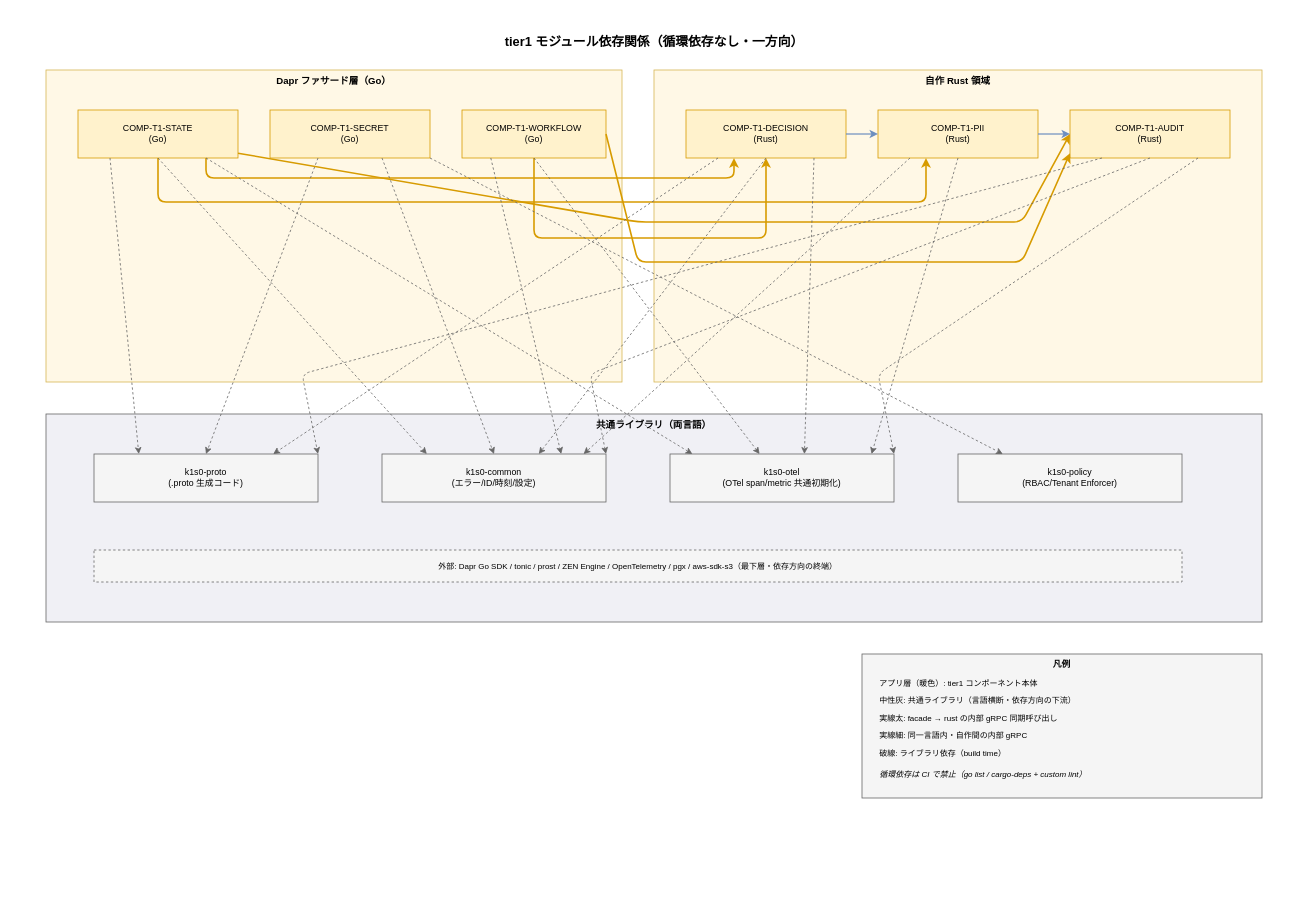
Above: docs/04_概要設計/20_ソフトウェア方式設計/img/モジュール依存関係.drawio in RyuheiKiso/k1s0 (draw.io), before the change. Source tidied: cells renumbered, new cells numbered last; positions are measured from the earlier drawing's top-left corner, leaving out a move shared by most shapes. Both pictures are drawn from the tidied source at 80%, with x=0, y=0 at pixel (14, 14).
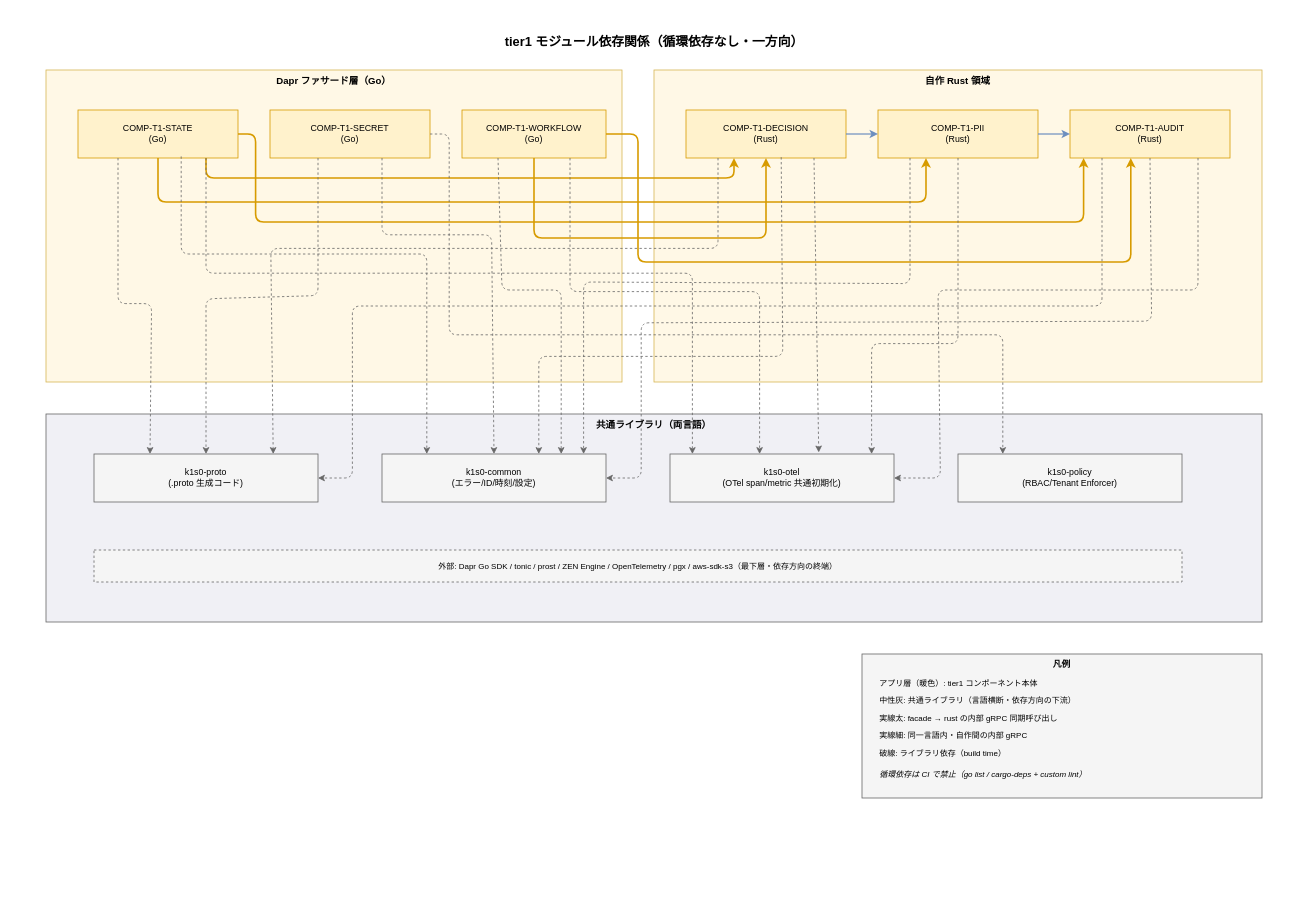
The same page after the edit.

Unchanged cells that the change refers to:
```xml
<mxCell id="5" value="COMP-T1-STATE&#10;(Go)" style="rounded=0;whiteSpace=wrap;html=1;fillColor=#fff2cc;strokeColor=#d79b00;fontSize=11;" parent="1" vertex="1">
  <mxGeometry x="80" y="120" width="200" height="60" as="geometry" />
</mxCell>
<mxCell id="6" value="COMP-T1-SECRET&#10;(Go)" style="rounded=0;whiteSpace=wrap;html=1;fillColor=#fff2cc;strokeColor=#d79b00;fontSize=11;" parent="1" vertex="1">
  <mxGeometry x="320" y="120" width="200" height="60" as="geometry" />
</mxCell>
<mxCell id="7" value="COMP-T1-WORKFLOW&#10;(Go)" style="rounded=0;whiteSpace=wrap;html=1;fillColor=#fff2cc;strokeColor=#d79b00;fontSize=11;" parent="1" vertex="1">
  <mxGeometry x="560" y="120" width="180" height="60" as="geometry" />
</mxCell>
<mxCell id="9" value="COMP-T1-DECISION&#10;(Rust)" style="rounded=0;whiteSpace=wrap;html=1;fillColor=#fff2cc;strokeColor=#d79b00;fontSize=11;" parent="1" vertex="1">
  <mxGeometry x="840" y="120" width="200" height="60" as="geometry" />
</mxCell>
<mxCell id="10" value="COMP-T1-PII&#10;(Rust)" style="rounded=0;whiteSpace=wrap;html=1;fillColor=#fff2cc;strokeColor=#d79b00;fontSize=11;" parent="1" vertex="1">
  <mxGeometry x="1080" y="120" width="200" height="60" as="geometry" />
</mxCell>
<mxCell id="11" value="COMP-T1-AUDIT&#10;(Rust)" style="rounded=0;whiteSpace=wrap;html=1;fillColor=#fff2cc;strokeColor=#d79b00;fontSize=11;" parent="1" vertex="1">
  <mxGeometry x="1320" y="120" width="200" height="60" as="geometry" />
</mxCell>
<mxCell id="13" value="k1s0-proto&#10;(.proto 生成コード)" style="rounded=0;whiteSpace=wrap;html=1;fillColor=#f5f5f5;strokeColor=#666666;fontSize=11;" parent="1" vertex="1">
  <mxGeometry x="100" y="550" width="280" height="60" as="geometry" />
</mxCell>
<mxCell id="14" value="k1s0-common&#10;(エラー/ID/時刻/設定)" style="rounded=0;whiteSpace=wrap;html=1;fillColor=#f5f5f5;strokeColor=#666666;fontSize=11;" parent="1" vertex="1">
  <mxGeometry x="460" y="550" width="280" height="60" as="geometry" />
</mxCell>
<mxCell id="15" value="k1s0-otel&#10;(OTel span/metric 共通初期化)" style="rounded=0;whiteSpace=wrap;html=1;fillColor=#f5f5f5;strokeColor=#666666;fontSize=11;" parent="1" vertex="1">
  <mxGeometry x="820" y="550" width="280" height="60" as="geometry" />
</mxCell>
<mxCell id="16" value="k1s0-policy&#10;(RBAC/Tenant Enforcer)" style="rounded=0;whiteSpace=wrap;html=1;fillColor=#f5f5f5;strokeColor=#666666;fontSize=11;" parent="1" vertex="1">
  <mxGeometry x="1180" y="550" width="280" height="60" as="geometry" />
</mxCell>
```

Change to the diagram source:
```diff
@@
-    <mxCell id="27" style="endArrow=classic;html=1;strokeWidth=2;strokeColor=#d79b00;exitX=1;exitY=0.9;entryX=0;entryY=0.5;" parent="1" edge="1" source="5" target="11">
+    <mxCell id="27" style="endArrow=classic;html=1;strokeWidth=2;strokeColor=#d79b00;exitX=1;exitY=0.5;entryX=0.085;entryY=1;entryDx=0;entryDy=0;entryPerimeter=0;exitDx=0;exitDy=0;" parent="1" edge="1" source="5" target="11">
       <mxGeometry relative="1" as="geometry">
         <Array as="points">
+          <mxPoint x="302" y="150" />
+          <mxPoint x="302" y="260" />
           <mxPoint x="780" y="260" />
-          <mxPoint x="1260" y="260" />
+          <mxPoint x="1337" y="260" />
         </Array>
       </mxGeometry>
     </mxCell>
@@
-    <mxCell id="29" style="endArrow=classic;html=1;strokeWidth=2;strokeColor=#d79b00;exitX=1;exitY=0.5;entryX=0;entryY=0.9;" parent="1" edge="1" source="7" target="11">
+    <mxCell id="29" style="endArrow=classic;html=1;strokeWidth=2;strokeColor=#d79b00;exitX=1;exitY=0.5;entryX=0.38;entryY=1;entryDx=0;entryDy=0;entryPerimeter=0;" parent="1" edge="1" source="7" target="11">
       <mxGeometry relative="1" as="geometry">
         <Array as="points">
+          <mxPoint x="780" y="150" />
           <mxPoint x="780" y="310" />
-          <mxPoint x="1260" y="310" />
+          <mxPoint x="1396" y="310" />
         </Array>
       </mxGeometry>
     </mxCell>
@@
-    <mxCell id="32" style="endArrow=classic;html=1;strokeWidth=1;strokeColor=#666666;dashed=1;exitX=0.2;exitY=1;entryX=0.2;entryY=0;" parent="1" edge="1" source="5" target="13">
-      <mxGeometry relative="1" as="geometry" />
+    <mxCell id="32" style="endArrow=classic;html=1;strokeWidth=1;strokeColor=#666666;dashed=1;exitX=0.25;exitY=1;entryX=0.25;entryY=0;entryDx=0;entryDy=0;exitDx=0;exitDy=0;" parent="1" edge="1" source="5" target="13">
+      <mxGeometry relative="1" as="geometry">
+        <Array as="points">
+          <mxPoint x="130" y="362" />
+          <mxPoint x="172" y="362" />
+        </Array>
+      </mxGeometry>
     </mxCell>
-    <mxCell id="33" style="endArrow=classic;html=1;strokeWidth=1;strokeColor=#666666;dashed=1;exitX=0.5;exitY=1;entryX=0.2;entryY=0;" parent="1" edge="1" source="5" target="14">
-      <mxGeometry relative="1" as="geometry" />
+    <mxCell id="33" style="endArrow=classic;html=1;strokeWidth=1;strokeColor=#666666;dashed=1;exitX=0.645;exitY=0.967;entryX=0.2;entryY=0;exitDx=0;exitDy=0;exitPerimeter=0;" parent="1" edge="1" source="5" target="14">
+      <mxGeometry relative="1" as="geometry">
+        <Array as="points">
+          <mxPoint x="209" y="300" />
+          <mxPoint x="516" y="300" />
+        </Array>
+      </mxGeometry>
     </mxCell>
     <mxCell id="34" style="endArrow=classic;html=1;strokeWidth=1;strokeColor=#666666;dashed=1;exitX=0.8;exitY=1;entryX=0.1;entryY=0;" parent="1" edge="1" source="5" target="15">
-      <mxGeometry relative="1" as="geometry" />
+      <mxGeometry relative="1" as="geometry">
+        <Array as="points">
+          <mxPoint x="240" y="324" />
+          <mxPoint x="848" y="324" />
+        </Array>
+      </mxGeometry>
     </mxCell>
     <mxCell id="35" style="endArrow=classic;html=1;strokeWidth=1;strokeColor=#666666;dashed=1;exitX=0.3;exitY=1;entryX=0.5;entryY=0;" parent="1" edge="1" source="6" target="13">
-      <mxGeometry relative="1" as="geometry" />
+      <mxGeometry relative="1" as="geometry">
+        <Array as="points">
+          <mxPoint x="380" y="352" />
+          <mxPoint x="240" y="356" />
+        </Array>
+      </mxGeometry>
     </mxCell>
     <mxCell id="36" style="endArrow=classic;html=1;strokeWidth=1;strokeColor=#666666;dashed=1;exitX=0.7;exitY=1;entryX=0.5;entryY=0;" parent="1" edge="1" source="6" target="14">
-      <mxGeometry relative="1" as="geometry" />
+      <mxGeometry relative="1" as="geometry">
+        <Array as="points">
+          <mxPoint x="460" y="276" />
+          <mxPoint x="597" y="276" />
+        </Array>
+      </mxGeometry>
     </mxCell>
-    <mxCell id="37" style="endArrow=classic;html=1;strokeWidth=1;strokeColor=#666666;dashed=1;exitX=1;exitY=1;entryX=0.2;entryY=0;" parent="1" edge="1" source="6" target="16">
-      <mxGeometry relative="1" as="geometry" />
+    <mxCell id="37" style="endArrow=classic;html=1;strokeWidth=1;strokeColor=#666666;dashed=1;exitX=1;exitY=0.5;entryX=0.2;entryY=0;exitDx=0;exitDy=0;" parent="1" edge="1" source="6" target="16">
+      <mxGeometry relative="1" as="geometry">
+        <Array as="points">
+          <mxPoint x="544" y="150" />
+          <mxPoint x="544" y="401" />
+          <mxPoint x="1236" y="401" />
+        </Array>
+      </mxGeometry>
     </mxCell>
-    <mxCell id="38" style="endArrow=classic;html=1;strokeWidth=1;strokeColor=#666666;dashed=1;exitX=0.2;exitY=1;entryX=0.8;entryY=0;" parent="1" edge="1" source="7" target="14">
-      <mxGeometry relative="1" as="geometry" />
+    <mxCell id="38" style="endArrow=classic;html=1;strokeWidth=1;strokeColor=#666666;dashed=1;exitX=0.25;exitY=1;entryX=0.8;entryY=0;exitDx=0;exitDy=0;" parent="1" edge="1" source="7" target="14">
+      <mxGeometry relative="1" as="geometry">
+        <Array as="points">
+          <mxPoint x="610" y="345" />
+          <mxPoint x="684" y="345" />
+        </Array>
+      </mxGeometry>
     </mxCell>
-    <mxCell id="39" style="endArrow=classic;html=1;strokeWidth=1;strokeColor=#666666;dashed=1;exitX=0.5;exitY=1;entryX=0.4;entryY=0;" parent="1" edge="1" source="7" target="15">
-      <mxGeometry relative="1" as="geometry" />
+    <mxCell id="39" style="endArrow=classic;html=1;strokeWidth=1;strokeColor=#666666;dashed=1;exitX=0.75;exitY=1;entryX=0.4;entryY=0;exitDx=0;exitDy=0;" parent="1" edge="1" source="7" target="15">
+      <mxGeometry relative="1" as="geometry">
+        <Array as="points">
+          <mxPoint x="695" y="347" />
+          <mxPoint x="932" y="347" />
+        </Array>
+      </mxGeometry>
     </mxCell>
     <mxCell id="40" style="endArrow=classic;html=1;strokeWidth=1;strokeColor=#666666;dashed=1;exitX=0.2;exitY=1;entryX=0.8;entryY=0;" parent="1" edge="1" source="9" target="13">
-      <mxGeometry relative="1" as="geometry" />
+      <mxGeometry relative="1" as="geometry">
+        <Array as="points">
+          <mxPoint x="880" y="293" />
+          <mxPoint x="321" y="293" />
+        </Array>
+      </mxGeometry>
     </mxCell>
-    <mxCell id="41" style="endArrow=classic;html=1;strokeWidth=1;strokeColor=#666666;dashed=1;exitX=0.5;exitY=1;entryX=0.7;entryY=0;" parent="1" edge="1" source="9" target="14">
-      <mxGeometry relative="1" as="geometry" />
+    <mxCell id="41" style="endArrow=classic;html=1;strokeWidth=1;strokeColor=#666666;dashed=1;exitX=0.595;exitY=0.983;entryX=0.7;entryY=0;exitDx=0;exitDy=0;exitPerimeter=0;" parent="1" edge="1" source="9" target="14">
+      <mxGeometry relative="1" as="geometry">
+        <Array as="points">
+          <mxPoint x="961" y="428" />
+          <mxPoint x="656" y="428" />
+        </Array>
+      </mxGeometry>
     </mxCell>
-    <mxCell id="42" style="endArrow=classic;html=1;strokeWidth=1;strokeColor=#666666;dashed=1;exitX=0.8;exitY=1;entryX=0.6;entryY=0;" parent="1" edge="1" source="9" target="15">
+    <mxCell id="42" style="endArrow=classic;html=1;strokeWidth=1;strokeColor=#666666;dashed=1;exitX=0.8;exitY=1;entryX=0.664;entryY=-0.033;entryDx=0;entryDy=0;entryPerimeter=0;" parent="1" edge="1" source="9" target="15">
       <mxGeometry relative="1" as="geometry" />
     </mxCell>
     <mxCell id="43" style="endArrow=classic;html=1;strokeWidth=1;strokeColor=#666666;dashed=1;exitX=0.2;exitY=1;entryX=0.9;entryY=0;" parent="1" edge="1" source="10" target="14">
-      <mxGeometry relative="1" as="geometry" />
+      <mxGeometry relative="1" as="geometry">
+        <Array as="points">
+          <mxPoint x="1120" y="337" />
+          <mxPoint x="712" y="335" />
+        </Array>
+      </mxGeometry>
     </mxCell>
     <mxCell id="44" style="endArrow=classic;html=1;strokeWidth=1;strokeColor=#666666;dashed=1;exitX=0.5;exitY=1;entryX=0.9;entryY=0;" parent="1" edge="1" source="10" target="15">
-      <mxGeometry relative="1" as="geometry" />
+      <mxGeometry relative="1" as="geometry">
+        <Array as="points">
+          <mxPoint x="1180" y="412" />
+          <mxPoint x="1072" y="412" />
+        </Array>
+      </mxGeometry>
     </mxCell>
-    <mxCell id="45" style="endArrow=classic;html=1;strokeWidth=1;strokeColor=#666666;dashed=1;exitX=0.2;exitY=1;entryX=1;entryY=0;" parent="1" edge="1" source="11" target="13">
+    <mxCell id="45" style="endArrow=classic;html=1;strokeWidth=1;strokeColor=#666666;dashed=1;exitX=0.2;exitY=1;entryX=1;entryY=0.5;entryDx=0;entryDy=0;" parent="1" edge="1" source="11" target="13">
       <mxGeometry relative="1" as="geometry">
         <Array as="points">
-          <mxPoint x="360" y="450" />
+          <mxPoint x="1360" y="365" />
+          <mxPoint x="423" y="365" />
+          <mxPoint x="423" y="580" />
         </Array>
       </mxGeometry>
     </mxCell>
-    <mxCell id="46" style="endArrow=classic;html=1;strokeWidth=1;strokeColor=#666666;dashed=1;exitX=0.5;exitY=1;entryX=1;entryY=0;" parent="1" edge="1" source="11" target="14">
+    <mxCell id="46" style="endArrow=classic;html=1;strokeWidth=1;strokeColor=#666666;dashed=1;exitX=0.5;exitY=1;entryX=1;entryY=0.5;entryDx=0;entryDy=0;" parent="1" edge="1" source="11" target="14">
       <mxGeometry relative="1" as="geometry">
         <Array as="points">
-          <mxPoint x="720" y="450" />
+          <mxPoint x="1422" y="384" />
+          <mxPoint x="784" y="386" />
+          <mxPoint x="784" y="580" />
         </Array>
       </mxGeometry>
     </mxCell>
-    <mxCell id="47" style="endArrow=classic;html=1;strokeWidth=1;strokeColor=#666666;dashed=1;exitX=0.8;exitY=1;entryX=1;entryY=0;" parent="1" edge="1" source="11" target="15">
+    <mxCell id="47" style="endArrow=classic;html=1;strokeWidth=1;strokeColor=#666666;dashed=1;exitX=0.8;exitY=1;entryX=1;entryY=0.5;entryDx=0;entryDy=0;" parent="1" edge="1" source="11" target="15">
       <mxGeometry relative="1" as="geometry">
         <Array as="points">
-          <mxPoint x="1080" y="450" />
+          <mxPoint x="1480" y="345" />
+          <mxPoint x="1155" y="345" />
+          <mxPoint x="1158" y="580" />
         </Array>
       </mxGeometry>
     </mxCell>
```
